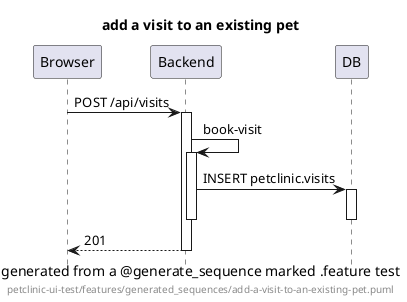
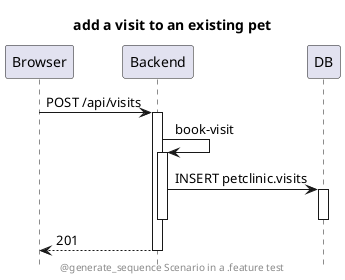
@startuml
hide footbox
title add a visit to an existing pet
- caption generated from a @generate_sequence marked .feature test
- footer petclinic-ui-test/features/generated_sequences/add-a-visit-to-an-existing-pet.puml
+ footer @generate_sequence Scenario in a .feature test
participant Browser
participant Backend
participant DB
Browser -> Backend: POST /api/visits
activate Backend
Backend -> Backend: book-visit
activate Backend
Backend -> DB: INSERT petclinic.visits
activate DB
deactivate DB
deactivate Backend
Backend --> Browser: 201
deactivate Backend
@enduml
